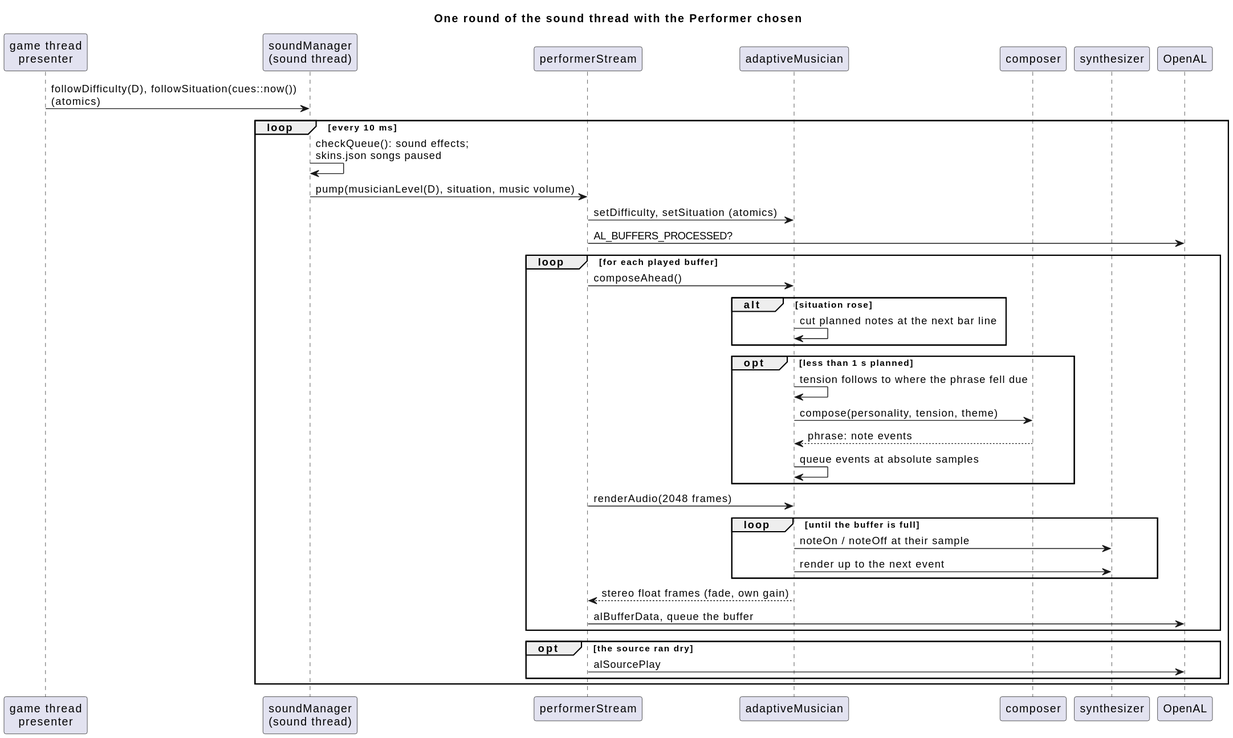
Before: docs/diagrams/16-musician-audio-sequence.svg, a diagram exported from PlantUML (arielkonopka/Gardens-of-Eris). The source it was exported from:
```plantuml
@startuml
title One round of the sound thread with the Performer chosen
participant "game thread\npresenter" as game
participant "soundManager\n(sound thread)" as sm
participant performerStream as stream
participant adaptiveMusician as m
participant composer
participant synthesizer as synth
participant OpenAL as al

game -> sm : followDifficulty(D), followSituation(cues::now())\n(atomics)
loop every 10 ms
  sm -> sm : checkQueue(): sound effects;\nskins.json songs paused
  sm -> stream : pump(musicianLevel(D), situation, music volume)
  stream -> m : setDifficulty, setSituation (atomics)
  stream -> al : AL_BUFFERS_PROCESSED?
  loop for each played buffer
    stream -> m : composeAhead()
    alt situation rose
      m -> m : cut planned notes at the next bar line
    end
    opt less than 1 s planned
      m -> m : tension follows to where the phrase fell due
      m -> composer : compose(personality, tension, theme)
      composer --> m : phrase: note events
      m -> m : queue events at absolute samples
    end
    stream -> m : renderAudio(2048 frames)
    loop until the buffer is full
      m -> synth : noteOn / noteOff at their sample
      m -> synth : render up to the next event
    end
    m --> stream : stereo float frames (fade, own gain)
    stream -> al : alBufferData, queue the buffer
  end
  opt the source ran dry
    stream -> al : alSourcePlay
  end
end
@enduml
```
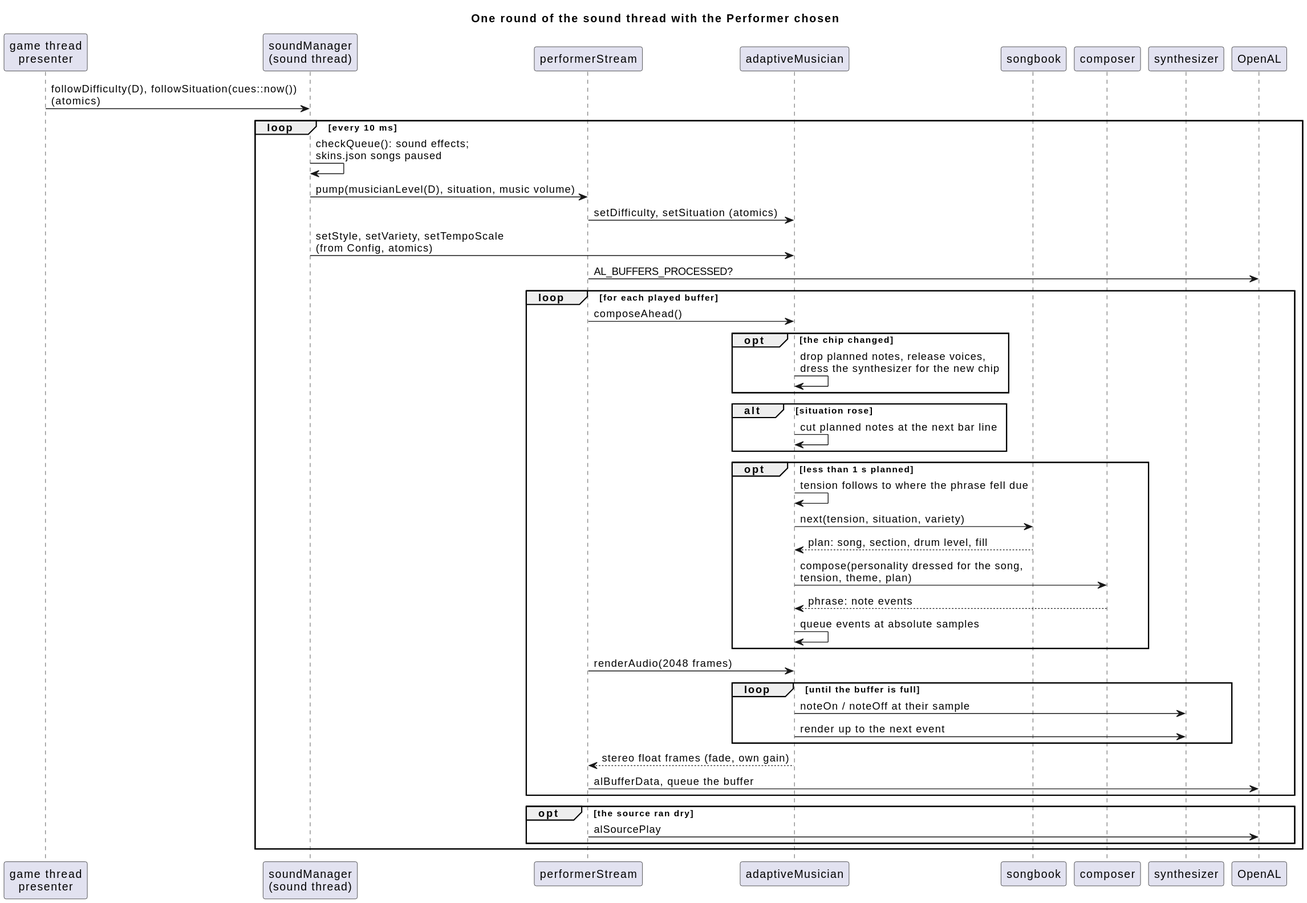
After the commit.

Diff of the diagram source:
```diff
@@ -4,6 +4,7 @@
 participant "soundManager\n(sound thread)" as sm
 participant performerStream as stream
 participant adaptiveMusician as m
+participant songbook
 participant composer
 participant synthesizer as synth
 participant OpenAL as al
@@ -13,15 +14,21 @@
   sm -> sm : checkQueue(): sound effects;\nskins.json songs paused
   sm -> stream : pump(musicianLevel(D), situation, music volume)
   stream -> m : setDifficulty, setSituation (atomics)
+  sm -> m : setStyle, setVariety, setTempoScale\n(from Config, atomics)
   stream -> al : AL_BUFFERS_PROCESSED?
   loop for each played buffer
     stream -> m : composeAhead()
+    opt the chip changed
+      m -> m : drop planned notes, release voices,\ndress the synthesizer for the new chip
+    end
     alt situation rose
       m -> m : cut planned notes at the next bar line
     end
     opt less than 1 s planned
       m -> m : tension follows to where the phrase fell due
-      m -> composer : compose(personality, tension, theme)
+      m -> songbook : next(tension, situation, variety)
+      songbook --> m : plan: song, section, drum level, fill
+      m -> composer : compose(personality dressed for the song,\ntension, theme, plan)
       composer --> m : phrase: note events
       m -> m : queue events at absolute samples
     end
```
